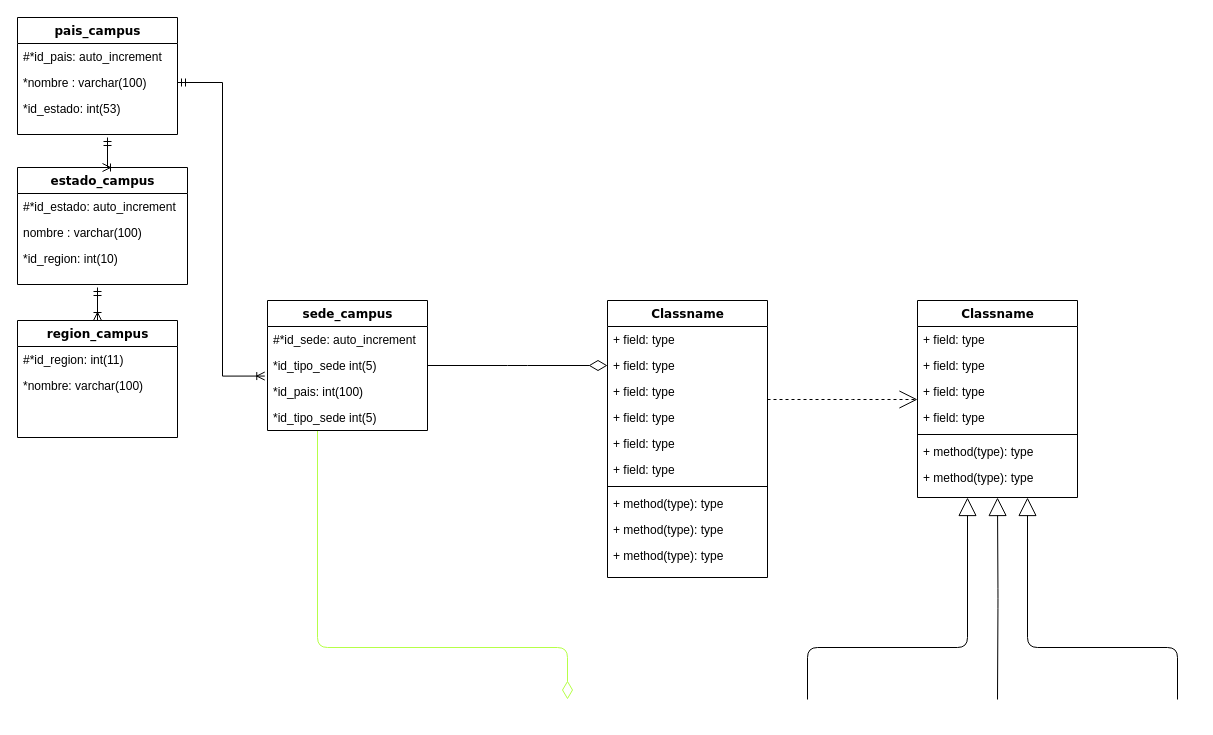
This is DiagramaLogico.drawio from NixonAmado/pry-bdCampus, a draw.io file, before an edit. Source tidied: cells renumbered, new cells numbered last; positions are measured from the earlier drawing's top-left corner, leaving out a move shared by most shapes. Both pictures are drawn from the tidied source at 100%, with x=0, y=0 at pixel (17, 17).
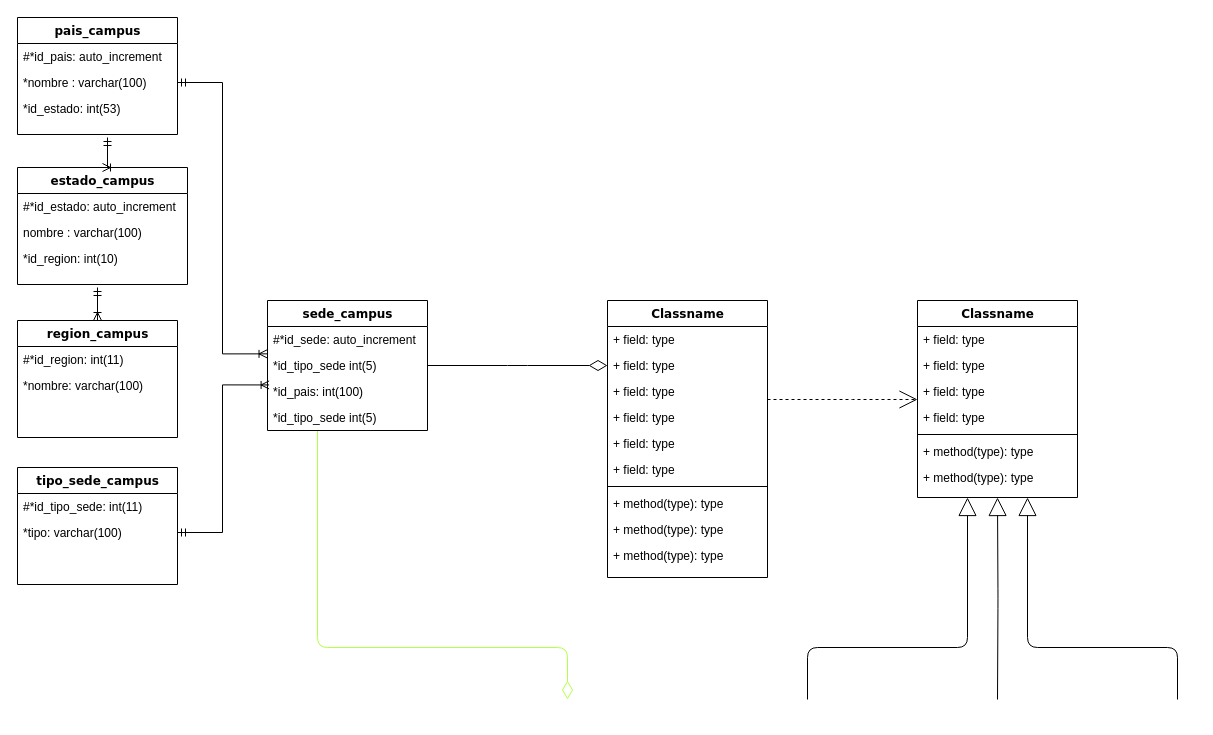
The same diagram, later.

The change refers to these unchanged cells:
```xml
<mxCell id="5" value="*id_tipo_sede int(5)" style="text;html=1;strokeColor=none;fillColor=none;align=left;verticalAlign=top;spacingLeft=4;spacingRight=4;whiteSpace=wrap;overflow=hidden;points=[[0,0.5],[1,0.5]];portConstraint=eastwest;" parent="3" vertex="1">
  <mxGeometry y="52" width="160" height="26" as="geometry" />
</mxCell>
<mxCell id="34" value="*nombre : varchar(100)" style="text;html=1;strokeColor=none;fillColor=none;align=left;verticalAlign=top;spacingLeft=4;spacingRight=4;whiteSpace=wrap;overflow=hidden;points=[[0,0.5],[1,0.5]];portConstraint=eastwest;" parent="32" vertex="1">
  <mxGeometry y="52" width="160" height="26" as="geometry" />
</mxCell>
```

What changed in the source:
```diff
@@
-    <mxCell id="45" style="edgeStyle=orthogonalEdgeStyle;rounded=0;jettySize=auto;html=1;exitX=1;exitY=0.5;exitDx=0;exitDy=0;entryX=-0.017;entryY=0.906;entryDx=0;entryDy=0;entryPerimeter=0;endArrow=ERoneToMany;endFill=0;startArrow=ERmandOne;startFill=0;" parent="1" edge="1" source="34" target="5">
+    <mxCell id="45" style="edgeStyle=orthogonalEdgeStyle;rounded=0;jettySize=auto;html=1;exitX=1;exitY=0.5;exitDx=0;exitDy=0;entryX=-0.003;entryY=0.052;entryDx=0;entryDy=0;entryPerimeter=0;endArrow=ERoneToMany;endFill=0;startArrow=ERmandOne;startFill=0;" parent="1" edge="1" source="34" target="5">
       <mxGeometry relative="1" as="geometry" />
     </mxCell>
+    <mxCell id="46" value="tipo_sede_campus" style="swimlane;html=1;fontStyle=1;align=center;verticalAlign=top;horizontal=1;startSize=26;swimlaneFillColor=#ffffff;rounded=0;shadow=0;comic=0;labelBackgroundColor=none;strokeWidth=1;fillColor=none;fontFamily=Verdana;fontSize=12;" parent="1" vertex="1">
+      <mxGeometry y="450" width="160" height="117" as="geometry" />
+    </mxCell>
+    <mxCell id="47" value="#*id_tipo_sede: int(11)" style="text;html=1;strokeColor=none;fillColor=none;align=left;verticalAlign=top;spacingLeft=4;spacingRight=4;whiteSpace=wrap;overflow=hidden;" parent="46" vertex="1">
+      <mxGeometry y="26" width="160" height="26" as="geometry" />
+    </mxCell>
+    <mxCell id="48" value="*tipo: varchar(100)" style="text;html=1;strokeColor=none;fillColor=none;align=left;verticalAlign=top;spacingLeft=4;spacingRight=4;whiteSpace=wrap;overflow=hidden;points=[[0,0.5],[1,0.5]];portConstraint=eastwest;" parent="46" vertex="1">
+      <mxGeometry y="52" width="160" height="26" as="geometry" />
+    </mxCell>
+    <mxCell id="49" style="edgeStyle=orthogonalEdgeStyle;rounded=0;jettySize=auto;html=1;exitX=1;exitY=0.5;exitDx=0;exitDy=0;startArrow=ERmandOne;startFill=0;endArrow=ERoneToMany;endFill=0;entryX=0.01;entryY=1.248;entryDx=0;entryDy=0;entryPerimeter=0;" parent="1" edge="1" source="48" target="5">
+      <mxGeometry relative="1" as="geometry" />
+    </mxCell>
```
